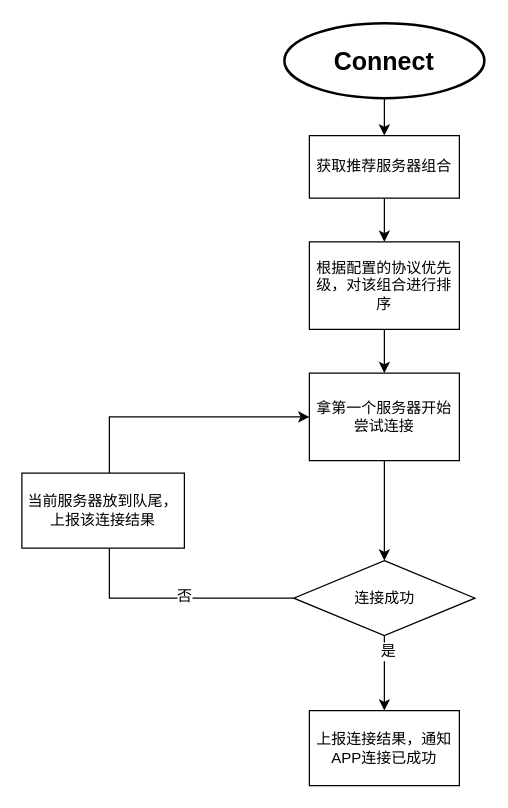
The draw.io diagram page "第 4 页" (5 of 5) of iOS.drawio in yarhhome/drawio, before the edit. Source tidied: cells renumbered, new cells numbered last; positions are measured from the earlier drawing's top-left corner, leaving out a move shared by most shapes. Both pictures are drawn from the tidied source at 125%, with x=0, y=0 at pixel (21, 22).
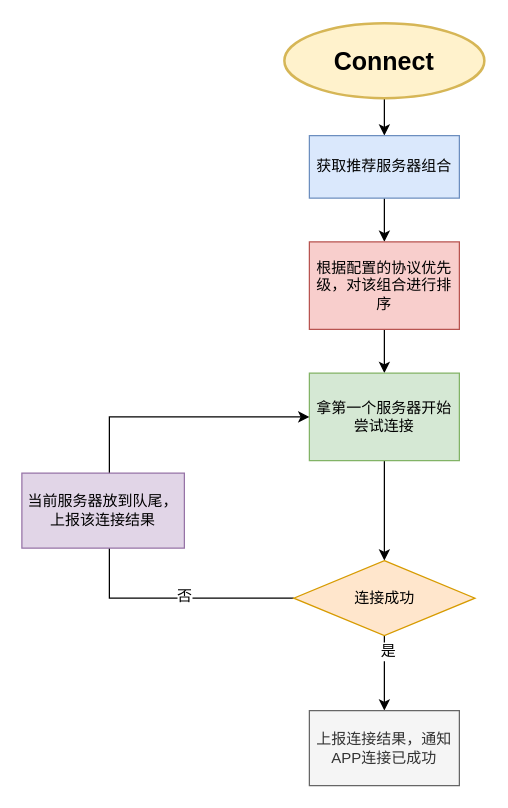
The same page after the edit.

What changed in the source:
```diff
@@
 <mxGraphModel>
   <root>
     <mxCell id="0" />
     <mxCell id="1" parent="0" />
     <mxCell id="2" style="edgeStyle=orthogonalEdgeStyle;rounded=0;jettySize=auto;html=1;entryX=0.5;entryY=0;entryDx=0;entryDy=0;" parent="1" edge="1" source="3" target="5">
       <mxGeometry relative="1" as="geometry" />
     </mxCell>
-    <mxCell id="3" value="&lt;span style=&quot;font-size: 20px&quot;&gt;&lt;b&gt;Connect&lt;/b&gt;&lt;/span&gt;" style="strokeWidth=2;html=1;shape=mxgraph.flowchart.start_1;whiteSpace=wrap;" parent="1" vertex="1">
+    <mxCell id="3" value="&lt;span style=&quot;font-size: 20px&quot;&gt;&lt;b&gt;Connect&lt;/b&gt;&lt;/span&gt;" style="strokeWidth=2;html=1;shape=mxgraph.flowchart.start_1;whiteSpace=wrap;fillColor=#fff2cc;strokeColor=#d6b656;" parent="1" vertex="1">
       <mxGeometry x="210" width="160" height="60" as="geometry" />
     </mxCell>
     <mxCell id="4" style="edgeStyle=orthogonalEdgeStyle;rounded=0;jettySize=auto;html=1;" parent="1" edge="1" source="5" target="7">
       <mxGeometry relative="1" as="geometry" />
     </mxCell>
-    <mxCell id="5" value="获取推荐服务器组合" style="rounded=0;whiteSpace=wrap;html=1;" parent="1" vertex="1">
+    <mxCell id="5" value="获取推荐服务器组合" style="rounded=0;whiteSpace=wrap;html=1;fillColor=#dae8fc;strokeColor=#6c8ebf;" parent="1" vertex="1">
       <mxGeometry x="230" y="90" width="120" height="50" as="geometry" />
     </mxCell>
     <mxCell id="6" style="edgeStyle=orthogonalEdgeStyle;rounded=0;jettySize=auto;html=1;entryX=0.5;entryY=0;entryDx=0;entryDy=0;" parent="1" edge="1" source="7" target="9">
       <mxGeometry relative="1" as="geometry" />
     </mxCell>
-    <mxCell id="7" value="根据配置的协议优先级，对该组合进行排序" style="rounded=0;whiteSpace=wrap;html=1;" parent="1" vertex="1">
+    <mxCell id="7" value="根据配置的协议优先级，对该组合进行排序" style="rounded=0;whiteSpace=wrap;html=1;fillColor=#f8cecc;strokeColor=#b85450;" parent="1" vertex="1">
       <mxGeometry x="230" y="175" width="120" height="70" as="geometry" />
     </mxCell>
     <mxCell id="8" style="edgeStyle=orthogonalEdgeStyle;rounded=0;jettySize=auto;html=1;entryX=0.5;entryY=0;entryDx=0;entryDy=0;" parent="1" edge="1" source="9" target="14">
       <mxGeometry relative="1" as="geometry" />
     </mxCell>
-    <mxCell id="9" value="拿第一个服务器开始尝试连接" style="rounded=0;whiteSpace=wrap;html=1;" parent="1" vertex="1">
+    <mxCell id="9" value="拿第一个服务器开始尝试连接" style="rounded=0;whiteSpace=wrap;html=1;fillColor=#d5e8d4;strokeColor=#82b366;" parent="1" vertex="1">
       <mxGeometry x="230" y="280" width="120" height="70" as="geometry" />
     </mxCell>
     <mxCell id="10" style="edgeStyle=orthogonalEdgeStyle;rounded=0;jettySize=auto;html=1;entryX=0;entryY=0.5;entryDx=0;entryDy=0;" parent="1" edge="1" source="14" target="9">
       <mxGeometry relative="1" as="geometry">
         <Array as="points">
           <mxPoint x="70" y="460" />
           <mxPoint x="70" y="315" />
         </Array>
       </mxGeometry>
     </mxCell>
     <mxCell id="11" value="否" style="text;html=1;align=center;verticalAlign=middle;labelBackgroundColor=#ffffff;" parent="10" vertex="1">
       <mxGeometry x="-0.61" y="-2" relative="1" as="geometry" />
     </mxCell>
     <mxCell id="12" style="edgeStyle=orthogonalEdgeStyle;rounded=0;jettySize=auto;html=1;" parent="1" edge="1" source="14">
       <mxGeometry relative="1" as="geometry">
         <mxPoint x="290" y="550" as="targetPoint" />
       </mxGeometry>
     </mxCell>
     <mxCell id="13" value="是" style="text;html=1;align=center;verticalAlign=middle;labelBackgroundColor=#ffffff;" parent="12" vertex="1">
       <mxGeometry x="-0.6" y="2" relative="1" as="geometry" />
     </mxCell>
-    <mxCell id="14" value="连接成功" style="rhombus;whiteSpace=wrap;html=1;" parent="1" vertex="1">
+    <mxCell id="14" value="连接成功" style="rhombus;whiteSpace=wrap;html=1;fillColor=#ffe6cc;strokeColor=#d79b00;" parent="1" vertex="1">
       <mxGeometry x="217.5" y="430" width="145" height="60" as="geometry" />
     </mxCell>
-    <mxCell id="15" value="当前服务器放到队尾，上报该连接结果" style="rounded=0;whiteSpace=wrap;html=1;" parent="1" vertex="1">
+    <mxCell id="15" value="当前服务器放到队尾，上报该连接结果" style="rounded=0;whiteSpace=wrap;html=1;fillColor=#e1d5e7;strokeColor=#9673a6;" parent="1" vertex="1">
       <mxGeometry y="360" width="130" height="60" as="geometry" />
     </mxCell>
-    <mxCell id="16" value="上报连接结果，通知APP连接已成功" style="rounded=0;whiteSpace=wrap;html=1;" parent="1" vertex="1">
+    <mxCell id="16" value="上报连接结果，通知APP连接已成功" style="rounded=0;whiteSpace=wrap;html=1;fillColor=#f5f5f5;strokeColor=#666666;fontColor=#333333;" parent="1" vertex="1">
       <mxGeometry x="230" y="550" width="120" height="60" as="geometry" />
     </mxCell>
   </root>
 </mxGraphModel>
```
